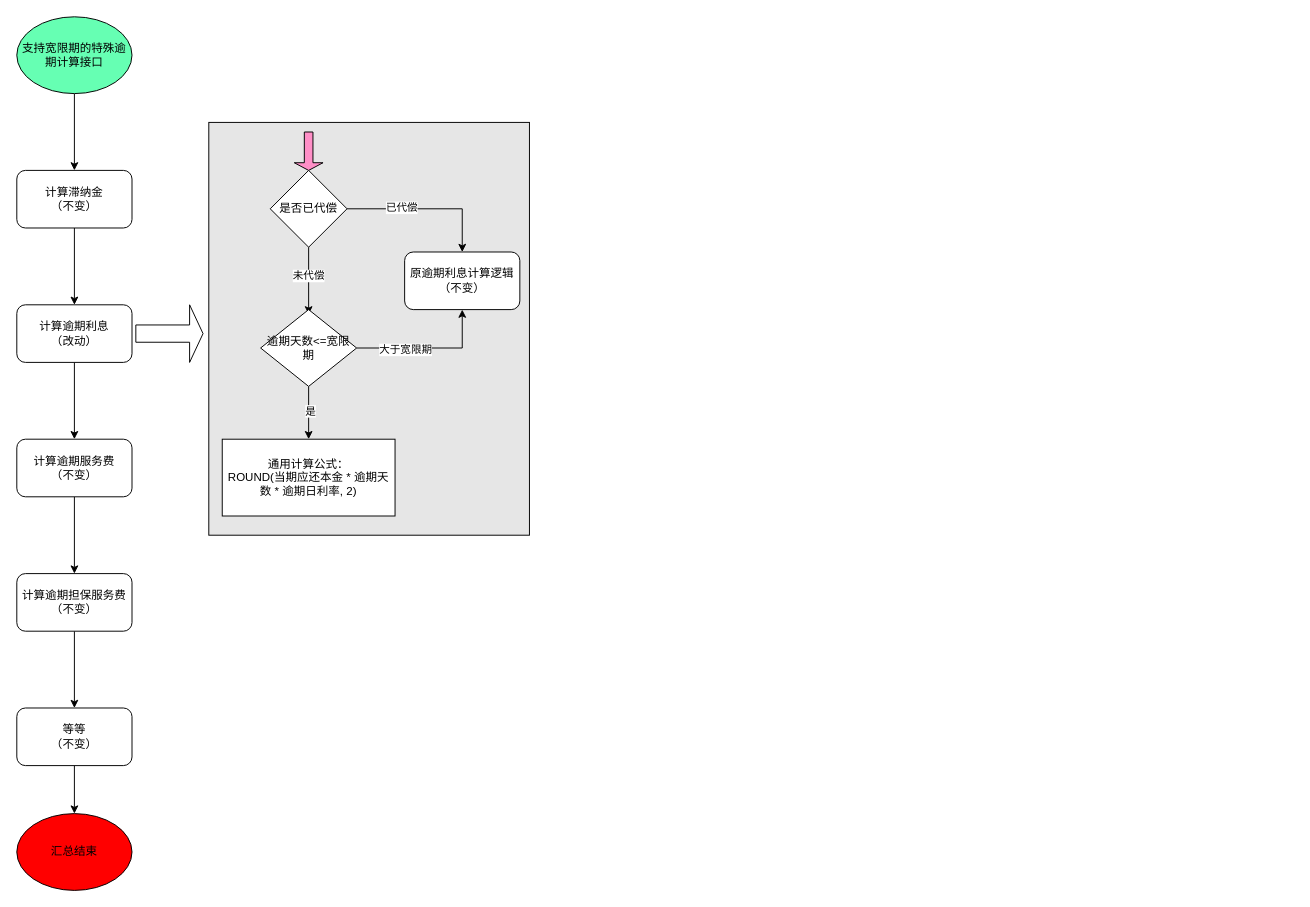
Before: SOP5177-宽限期内减免规则逾期计算修改-贷后法催.drawio in guoZD/draw, a draw.io diagram. Source tidied: cells renumbered, new cells numbered last; positions are measured from the earlier drawing's top-left corner, leaving out a move shared by most shapes. Both pictures are drawn from the tidied source at 96%, with x=0, y=0 at pixel (16, 16).
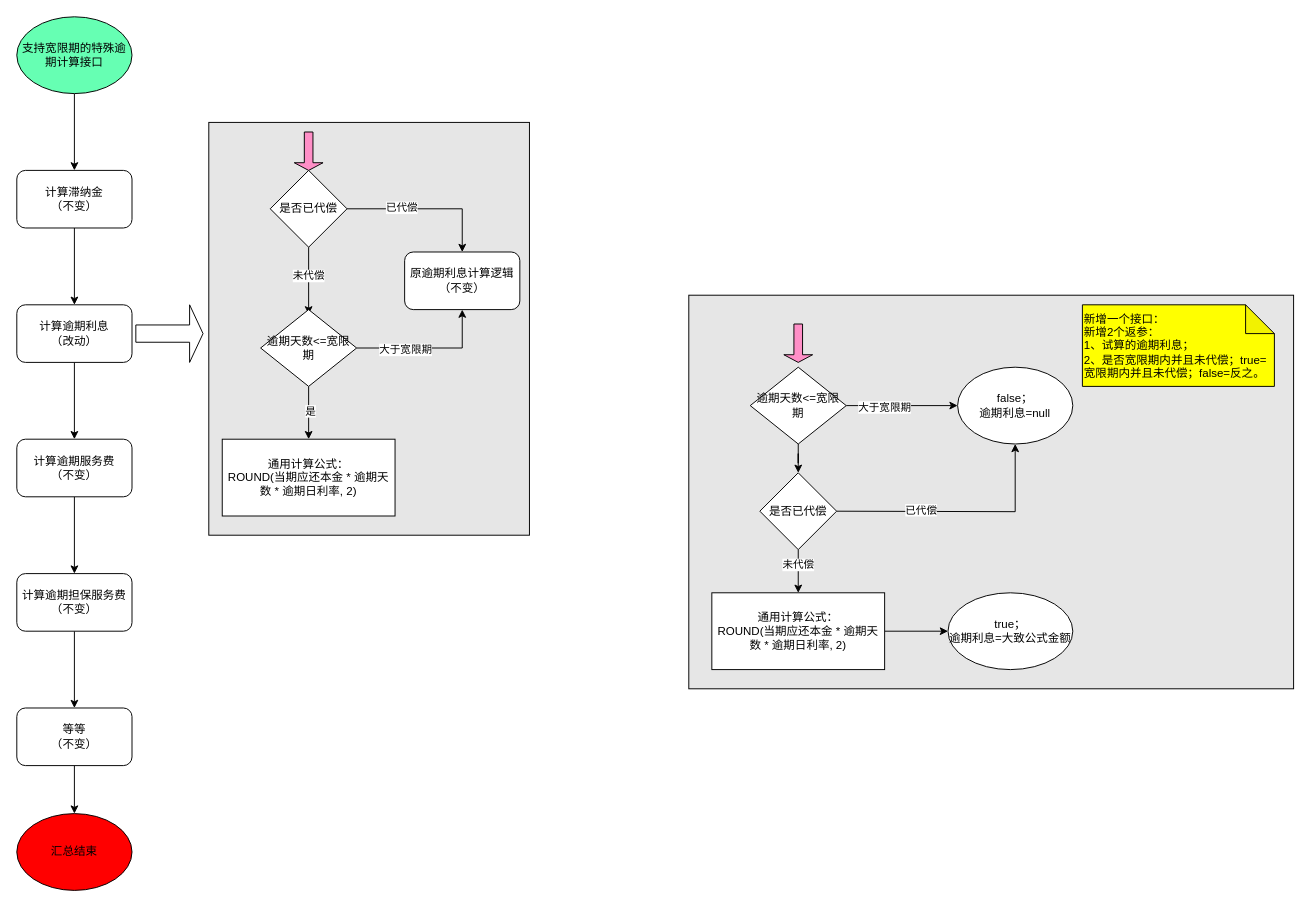
After the change.

Commit message:
更新SOP5177-宽限期内减免规则逾期计算修改-贷后法催.drawio

What changed in the source:
```diff
@@
+    <mxCell id="30" style="rounded=0;whiteSpace=wrap;html=1;fillColor=#E6E6E6;" parent="1" vertex="1">
+      <mxGeometry x="700" y="290" width="630" height="410" as="geometry" />
+    </mxCell>
+    <mxCell id="31" style="edgeStyle=orthogonalEdgeStyle;rounded=0;jettySize=auto;html=1;entryX=0.5;entryY=1;entryDx=0;entryDy=0;" parent="1" edge="1" target="44">
+      <mxGeometry relative="1" as="geometry">
+        <mxPoint x="854" y="515" as="sourcePoint" />
+      </mxGeometry>
+    </mxCell>
+    <mxCell id="32" value="已代偿" style="edgeLabel;html=1;align=center;verticalAlign=middle;" parent="31" vertex="1">
+      <mxGeometry x="-0.32" y="2" relative="1" as="geometry" />
+    </mxCell>
+    <mxCell id="33" style="edgeStyle=orthogonalEdgeStyle;rounded=0;jettySize=auto;html=1;entryX=0;entryY=0.5;entryDx=0;entryDy=0;" parent="1" edge="1" source="36">
+      <mxGeometry relative="1" as="geometry">
+        <mxPoint x="980" y="405" as="targetPoint" />
+      </mxGeometry>
+    </mxCell>
+    <mxCell id="34" value="大于宽限期" style="edgeLabel;html=1;align=center;verticalAlign=middle;" parent="33" vertex="1">
+      <mxGeometry x="-0.33" y="-1" relative="1" as="geometry" />
+    </mxCell>
+    <mxCell id="35" style="edgeStyle=orthogonalEdgeStyle;rounded=0;jettySize=auto;html=1;" parent="1" edge="1" source="36" target="42">
+      <mxGeometry relative="1" as="geometry" />
+    </mxCell>
+    <mxCell id="36" value="逾期天数&amp;lt;=宽限期" style="rhombus;whiteSpace=wrap;html=1;" parent="1" vertex="1">
+      <mxGeometry x="764" y="365" width="100" height="80" as="geometry" />
+    </mxCell>
+    <mxCell id="37" style="edgeStyle=orthogonalEdgeStyle;rounded=0;jettySize=auto;html=1;" parent="1" edge="1" source="38" target="45">
+      <mxGeometry relative="1" as="geometry" />
+    </mxCell>
+    <mxCell id="38" value="通用计算公式：&lt;br&gt;ROUND(当期应还本金 * 逾期天数 * 逾期日利率, 2)&#9;" style="whiteSpace=wrap;html=1;" parent="1" vertex="1">
+      <mxGeometry x="724" y="600" width="180" height="80" as="geometry" />
+    </mxCell>
+    <mxCell id="39" style="shape=singleArrow;direction=south;whiteSpace=wrap;html=1;fillColor=#FF8FC7;" parent="1" vertex="1">
+      <mxGeometry x="799" y="320" width="30" height="40" as="geometry" />
+    </mxCell>
+    <mxCell id="40" style="edgeStyle=orthogonalEdgeStyle;rounded=0;jettySize=auto;html=1;" parent="1" edge="1" source="42" target="38">
+      <mxGeometry relative="1" as="geometry" />
+    </mxCell>
+    <mxCell id="41" value="未代偿" style="edgeLabel;html=1;align=center;verticalAlign=middle;" parent="40" vertex="1">
+      <mxGeometry x="-0.33" y="-1" relative="1" as="geometry" />
+    </mxCell>
+    <mxCell id="42" value="是否已代偿" style="rhombus;whiteSpace=wrap;html=1;" parent="1" vertex="1">
+      <mxGeometry x="774" y="475" width="80" height="80" as="geometry" />
+    </mxCell>
+    <mxCell id="43" value="新增一个接口：&lt;br&gt;新增2个返参：&lt;br&gt;&lt;div style=&quot;&quot;&gt;&lt;span style=&quot;background-color: initial;&quot;&gt;1、试算的逾期利息；&lt;/span&gt;&lt;/div&gt;2、是否宽限期内并且未代偿；true=宽限期内并且未代偿；false=反之。" style="shape=note;whiteSpace=wrap;html=1;backgroundOutline=1;darkOpacity=0.05;fillColor=#FFFF00;align=left;" parent="1" vertex="1">
+      <mxGeometry x="1110" y="300" width="200" height="85" as="geometry" />
+    </mxCell>
+    <mxCell id="44" value="false；&lt;br style=&quot;border-color: var(--border-color);&quot;&gt;逾期利息=null" style="ellipse;whiteSpace=wrap;html=1;" parent="1" vertex="1">
+      <mxGeometry x="980" y="365" width="120" height="80" as="geometry" />
+    </mxCell>
+    <mxCell id="45" value="true；&lt;br style=&quot;border-color: var(--border-color);&quot;&gt;逾期利息=大致公式金额" style="ellipse;whiteSpace=wrap;html=1;" parent="1" vertex="1">
+      <mxGeometry x="970" y="600" width="130" height="80" as="geometry" />
+    </mxCell>
```
